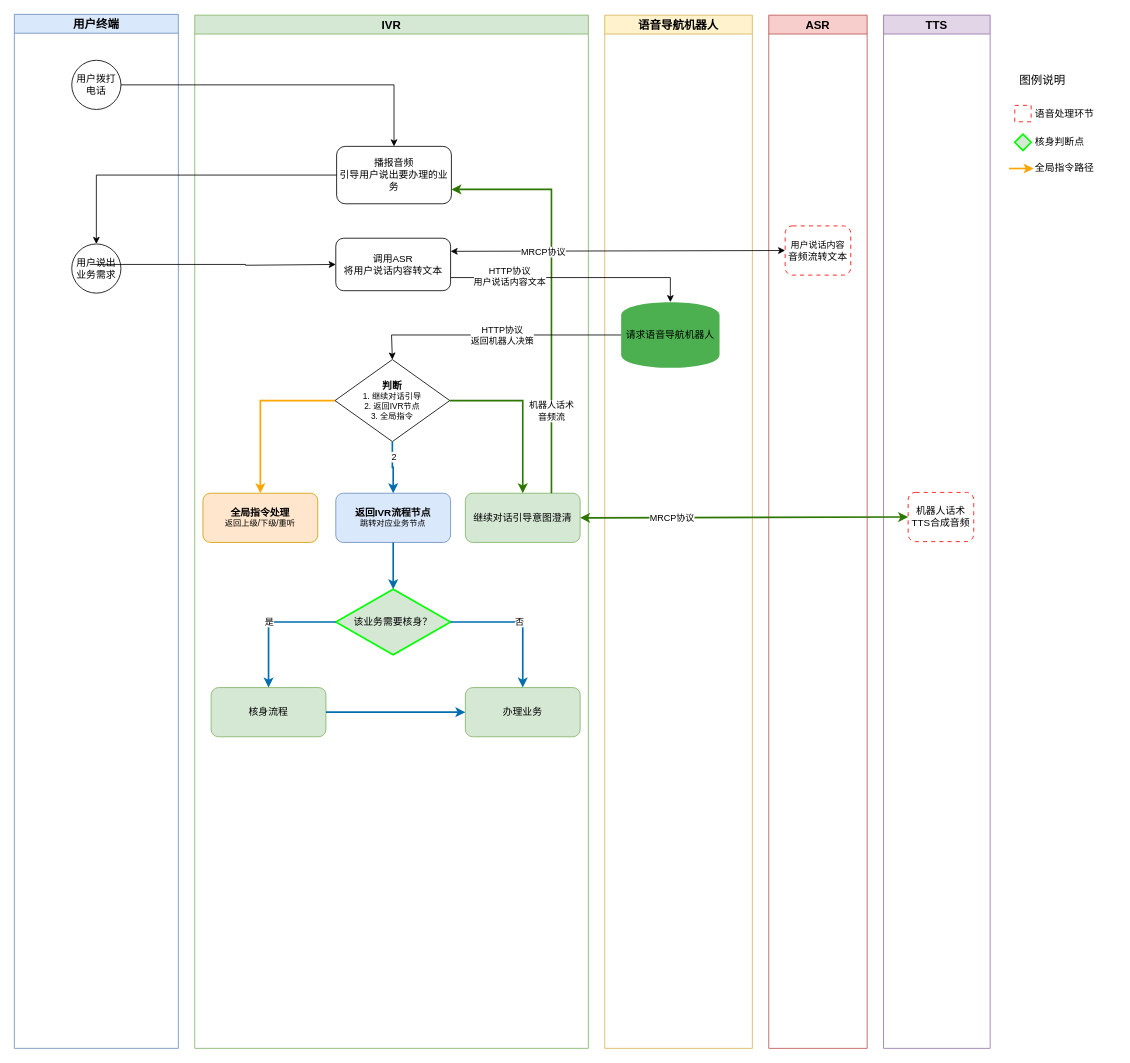
iceAcmen/myDesign keeps this draw.io diagram as page "智能语音导航集成方案" (4 of 4) of OC/国开行智能客服.drawio. Above is the earlier version. Source tidied: cells renumbered, new cells numbered last; positions are measured from the earlier drawing's top-left corner, leaving out a move shared by most shapes. Both pictures are drawn from the tidied source at 82%, with x=0, y=0 at pixel (14, 14).
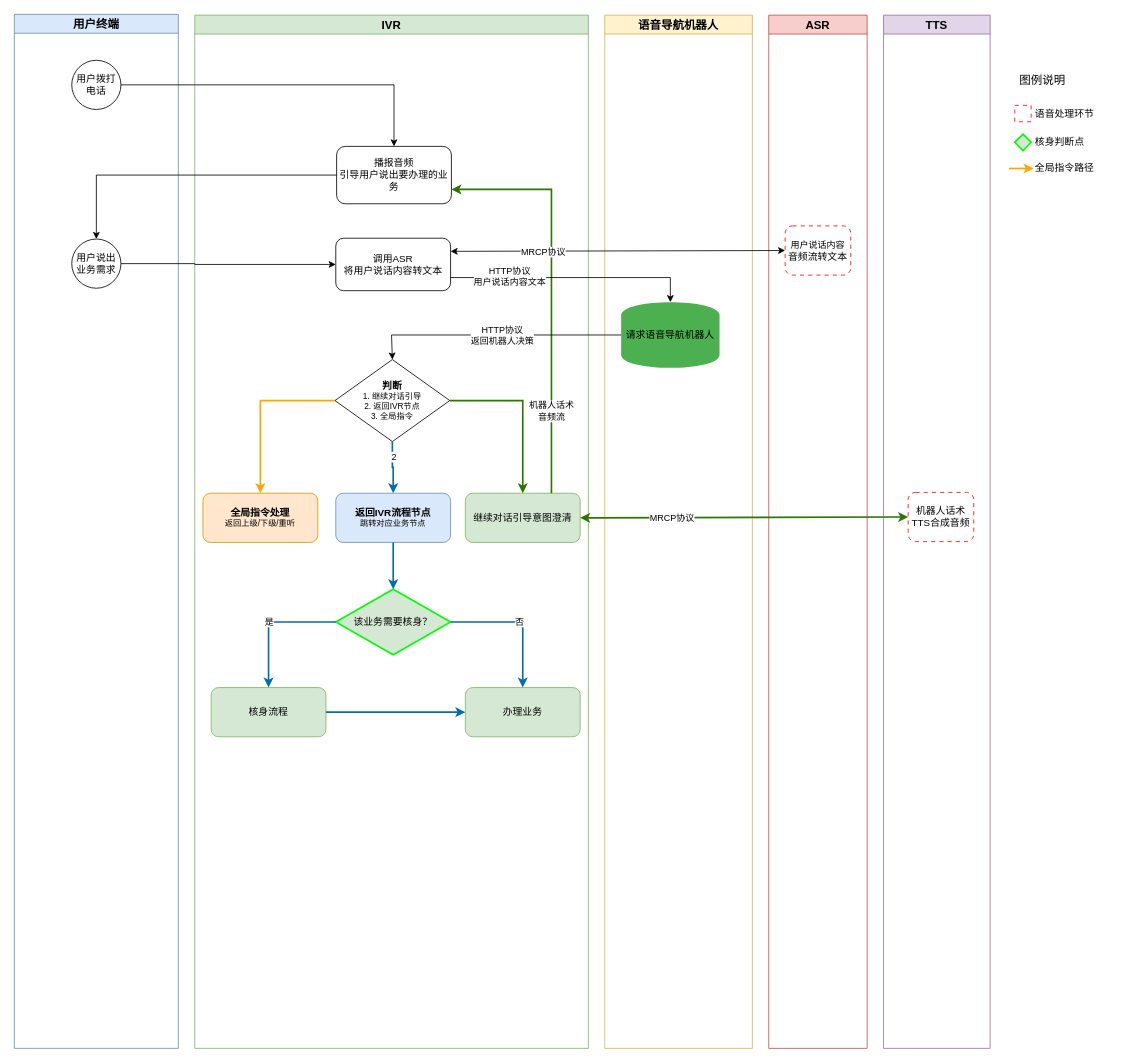
Above is the later version.

Commit message (it also covers changes not shown here):
更新国开行智能客服.drawio

The change refers to these unchanged cells:
```xml
<mxCell id="3" value="用户终端" style="swimlane;whiteSpace=wrap;html=1;fontSize=14;fillColor=#dae8fc;strokeColor=#6c8ebf;startSize=23;" parent="1" vertex="1">
  <mxGeometry width="200" height="1261" as="geometry" />
</mxCell>
<mxCell id="22" value="调用ASR&lt;div&gt;将用户说话内容转文本&lt;/div&gt;" style="whiteSpace=wrap;html=1;fillColor=#FFFFFF;strokeColor=#000000;fontSize=12;shape=label;fixedSize=1;rounded=1;" parent="6" vertex="1">
  <mxGeometry x="172" y="272" width="140" height="64" as="geometry" />
</mxCell>
```

The edit, as a diff of the source:
```diff
@@
     <mxCell id="5" value="用户说出业务需求" style="ellipse;whiteSpace=wrap;html=1;fontSize=12;" parent="3" vertex="1">
-      <mxGeometry x="70" y="280" width="60" height="60" as="geometry" />
+      <mxGeometry x="70" y="274" width="60" height="60" as="geometry" />
     </mxCell>
@@
-    <mxCell id="43" style="edgeStyle=orthogonalEdgeStyle;rounded=0;html=1;endArrow=classic;endFill=1;jettySize=auto;strokeWidth=1;exitX=1;exitY=0.5;exitDx=0;exitDy=0;entryX=0;entryY=0.5;entryDx=0;entryDy=0;" parent="1" edge="1" target="22">
+    <mxCell id="43" style="edgeStyle=orthogonalEdgeStyle;rounded=0;html=1;endArrow=classic;endFill=1;jettySize=auto;strokeWidth=1;entryX=0;entryY=0.5;entryDx=0;entryDy=0;exitX=1;exitY=0.5;exitDx=0;exitDy=0;" parent="1" edge="1" source="5" target="22">
       <mxGeometry relative="1" as="geometry">
-        <mxPoint x="92" y="305" as="sourcePoint" />
         <Array as="points">
-          <mxPoint x="282" y="305" />
-          <mxPoint x="392" y="306" />
+          <mxPoint x="220" y="305" />
         </Array>
       </mxGeometry>
     </mxCell>
```
